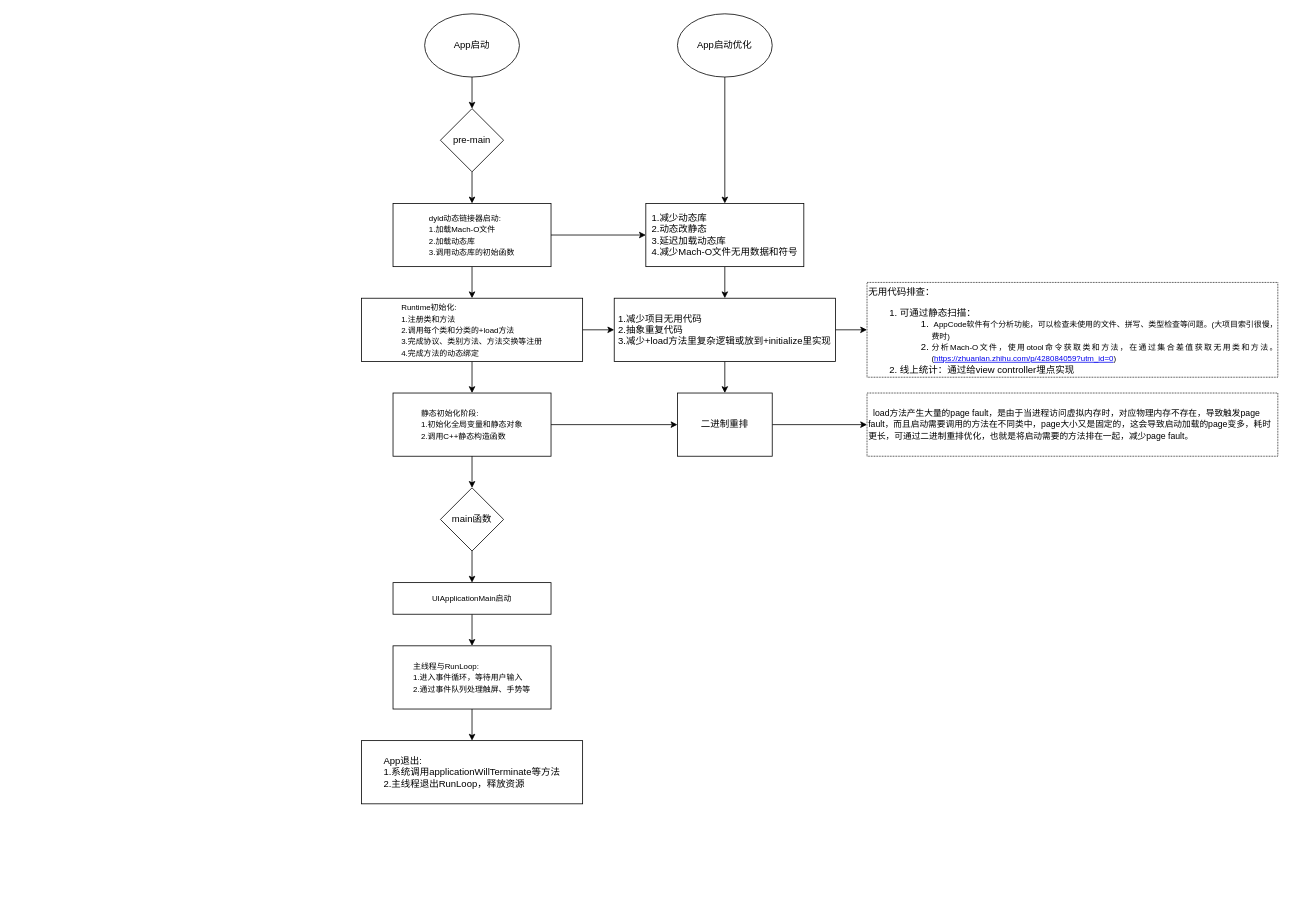
This is ios/iOS-OC.drawio from SCJMENGMENG/aaa, a draw.io file, before an edit. Source tidied: cells renumbered, new cells numbered last; positions are measured from the earlier drawing's top-left corner, leaving out a move shared by most shapes. Both pictures are drawn from the tidied source at 79%, with x=0, y=0 at pixel (361, 13).
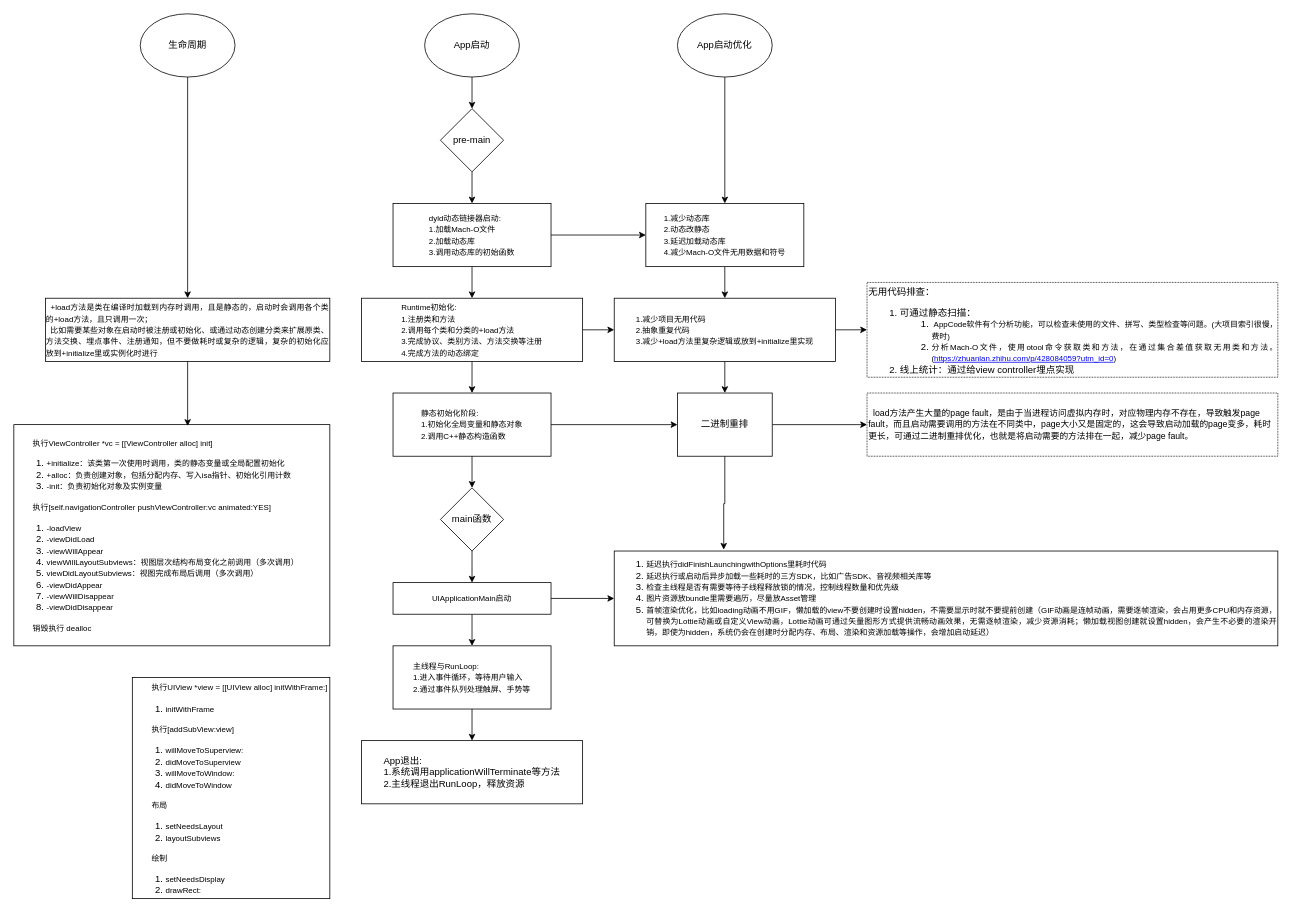
Above is the later version.

The change refers to these unchanged cells:
```xml
<mxCell id="18" value="&lt;font style=&quot;font-size: 10px;&quot;&gt;UIApplicationMain启动&lt;/font&gt;" style="whiteSpace=wrap;html=1;" parent="1" vertex="1">
  <mxGeometry x="40" y="720" width="200" height="40" as="geometry" />
</mxCell>
<mxCell id="30" value="二进制重排" style="rounded=0;whiteSpace=wrap;html=1;" parent="1" vertex="1">
  <mxGeometry x="400" y="480" width="120" height="80" as="geometry" />
</mxCell>
```

Change to the diagram source:
```diff
@@
+    <mxCell id="33" style="edgeStyle=orthogonalEdgeStyle;rounded=0;jettySize=auto;html=1;" parent="1" edge="1" source="18" target="34">
+      <mxGeometry relative="1" as="geometry" />
+    </mxCell>
@@
-    <mxCell id="25" value="&lt;div style=&quot;text-align: justify;&quot;&gt;&lt;span style=&quot;background-color: initial;&quot;&gt;1.减少动态库&lt;/span&gt;&lt;/div&gt;&lt;div style=&quot;text-align: justify;&quot;&gt;2.动态改静态&lt;/div&gt;&lt;div style=&quot;text-align: justify;&quot;&gt;3.延迟加载动态库&lt;/div&gt;&lt;div style=&quot;text-align: justify;&quot;&gt;4.减少Mach-O文件无用数据和符号&lt;/div&gt;" style="rounded=0;whiteSpace=wrap;html=1;" parent="1" vertex="1">
+    <mxCell id="25" value="&lt;div style=&quot;text-align: justify;&quot;&gt;&lt;span style=&quot;background-color: initial;&quot;&gt;&lt;font style=&quot;font-size: 10px;&quot;&gt;1.减少动态库&lt;/font&gt;&lt;/span&gt;&lt;/div&gt;&lt;div style=&quot;text-align: justify;&quot;&gt;&lt;font style=&quot;font-size: 10px;&quot;&gt;2.动态改静态&lt;/font&gt;&lt;/div&gt;&lt;div style=&quot;text-align: justify;&quot;&gt;&lt;font style=&quot;font-size: 10px;&quot;&gt;3.延迟加载动态库&lt;/font&gt;&lt;/div&gt;&lt;div style=&quot;text-align: justify;&quot;&gt;&lt;font style=&quot;font-size: 10px;&quot;&gt;4.减少Mach-O文件无用数据和符号&lt;/font&gt;&lt;/div&gt;" style="rounded=0;whiteSpace=wrap;html=1;" parent="1" vertex="1">
       <mxGeometry x="360" y="240" width="200" height="80" as="geometry" />
     </mxCell>
@@
-    <mxCell id="28" value="&lt;div style=&quot;text-align: justify;&quot;&gt;&lt;span style=&quot;background-color: initial;&quot;&gt;1.减少项目无用代码&lt;/span&gt;&lt;/div&gt;&lt;div style=&quot;text-align: justify;&quot;&gt;2.抽象重复代码&lt;/div&gt;&lt;div style=&quot;text-align: justify;&quot;&gt;3.减少+load方法里复杂逻辑或放到+initialize里实现&lt;/div&gt;" style="rounded=0;whiteSpace=wrap;html=1;" parent="1" vertex="1">
+    <mxCell id="28" value="&lt;div style=&quot;text-align: justify;&quot;&gt;&lt;span style=&quot;background-color: initial;&quot;&gt;&lt;font style=&quot;font-size: 10px;&quot;&gt;1.减少项目无用代码&lt;/font&gt;&lt;/span&gt;&lt;/div&gt;&lt;div style=&quot;text-align: justify;&quot;&gt;&lt;font style=&quot;font-size: 10px;&quot;&gt;2.抽象重复代码&lt;/font&gt;&lt;/div&gt;&lt;div style=&quot;text-align: justify;&quot;&gt;&lt;font style=&quot;font-size: 10px;&quot;&gt;3.减少+load方法里复杂逻辑或放到+initialize里实现&lt;/font&gt;&lt;/div&gt;" style="rounded=0;whiteSpace=wrap;html=1;" parent="1" vertex="1">
       <mxGeometry x="320" y="360" width="280" height="80" as="geometry" />
     </mxCell>
@@
+    <mxCell id="34" value="&lt;ol&gt;&lt;li style=&quot;text-align: justify;&quot;&gt;&lt;font style=&quot;font-size: 10px;&quot;&gt;延迟执行didFinishLaunchingwithOptions里耗时代码&lt;/font&gt;&lt;/li&gt;&lt;li style=&quot;text-align: justify;&quot;&gt;&lt;font style=&quot;font-size: 10px;&quot;&gt;延迟执行或启动后异步加载一些耗时的三方SDK，比如广告SDK、音视频相关库等&lt;/font&gt;&lt;/li&gt;&lt;li style=&quot;text-align: justify;&quot;&gt;&lt;font style=&quot;font-size: 10px;&quot;&gt;检查主线程是否有需要等待子线程释放锁的情况，控制线程数量和优先级&lt;/font&gt;&lt;/li&gt;&lt;li style=&quot;text-align: justify;&quot;&gt;&lt;font style=&quot;font-size: 10px;&quot;&gt;图片资源放bundle里需要遍历，尽量放Asset管理&lt;/font&gt;&lt;/li&gt;&lt;li style=&quot;text-align: justify;&quot;&gt;&lt;font style=&quot;font-size: 10px;&quot;&gt;首帧渲染优化，比如loading动画不用GIF，懒加载的view不要创建时设置hidden，不需要显示时就不要提前创建（GIF动画是连帧动画，需要逐帧渲染，会占用更多CPU和内存资源，可替换为Lottie动画或自定义View动画，Lottie动画可通过矢量图形方式提供流畅动画效果，无需逐帧渲染，减少资源消耗；懒加载视图创建就设置hidden，会产生不必要的渲染开销，即使为hidden，系统仍会在创建时分配内存、布局、渲染和资源加载等操作，会增加启动延迟）&lt;/font&gt;&lt;/li&gt;&lt;/ol&gt;" style="whiteSpace=wrap;html=1;" parent="1" vertex="1">
+      <mxGeometry x="320" y="680" width="840" height="120" as="geometry" />
+    </mxCell>
+    <mxCell id="35" style="edgeStyle=orthogonalEdgeStyle;rounded=0;jettySize=auto;html=1;exitX=0.5;exitY=1;exitDx=0;exitDy=0;entryX=0.165;entryY=-0.014;entryDx=0;entryDy=0;entryPerimeter=0;" parent="1" edge="1" source="30" target="34">
+      <mxGeometry relative="1" as="geometry" />
+    </mxCell>
+    <mxCell id="36" value="&lt;div style=&quot;text-align: justify;&quot;&gt;&lt;span style=&quot;font-size: 10px; background-color: initial;&quot;&gt;&amp;nbsp; +load方法是类在编译时加载到内存时调用，且是静态的，启动时会调用各个类的+load方法，且只调用一次；&lt;/span&gt;&lt;/div&gt;&lt;div style=&quot;text-align: justify;&quot;&gt;&lt;span style=&quot;font-size: 10px; background-color: initial;&quot;&gt;&amp;nbsp; 比如需要某些对象在启动时被注册或初始化、或通过动态创建分类来扩展原类、方法交换、埋点事件、注册通知，但不要做耗时或复杂的逻辑，复杂的初始化应放到&lt;/span&gt;&lt;span style=&quot;font-size: 10px; background-color: initial; text-align: justify;&quot;&gt;+initialize里或实例化时进行&lt;/span&gt;&lt;/div&gt;" style="whiteSpace=wrap;html=1;" parent="1" vertex="1">
+      <mxGeometry x="-400" y="360" width="360" height="80" as="geometry" />
+    </mxCell>
+    <mxCell id="37" value="&lt;div style=&quot;&quot;&gt;&lt;font style=&quot;font-size: 10px;&quot;&gt;&lt;span style=&quot;white-space: pre;&quot;&gt;&#9;&lt;/span&gt;执行ViewController *vc = [[&lt;span style=&quot;background-color: initial;&quot;&gt;ViewController alloc] init]&lt;/span&gt;&lt;/font&gt;&lt;/div&gt;&lt;div style=&quot;&quot;&gt;&lt;ol&gt;&lt;li style=&quot;&quot;&gt;&lt;font style=&quot;font-size: 10px;&quot;&gt;+initialize：该类第一次使用时调用，类的静态变量或全局配置初始化&lt;/font&gt;&lt;/li&gt;&lt;li style=&quot;&quot;&gt;&lt;span style=&quot;font-size: 10px;&quot;&gt;+alloc：负责创建对象，包括分配内存、写入isa指针、初始化引用计数&lt;/span&gt;&lt;/li&gt;&lt;li style=&quot;&quot;&gt;&lt;span style=&quot;font-size: 10px;&quot;&gt;-init：负责初始化对象及实例变量&lt;/span&gt;&lt;/li&gt;&lt;/ol&gt;&lt;div style=&quot;&quot;&gt;&lt;span style=&quot;font-size: 10px;&quot;&gt;&lt;span style=&quot;white-space: pre;&quot;&gt;&#9;&lt;/span&gt;执行[self.navigationController pushViewController:vc animated:YES]&lt;/span&gt;&lt;/div&gt;&lt;div style=&quot;&quot;&gt;&lt;ol&gt;&lt;li style=&quot;&quot;&gt;&lt;span style=&quot;font-size: 10px;&quot;&gt;-loadView&lt;/span&gt;&lt;/li&gt;&lt;li style=&quot;&quot;&gt;&lt;span style=&quot;font-size: 10px;&quot;&gt;-viewDidLoad&lt;/span&gt;&lt;/li&gt;&lt;li style=&quot;&quot;&gt;&lt;span style=&quot;font-size: 10px;&quot;&gt;-viewWillAppear&lt;/span&gt;&lt;/li&gt;&lt;li style=&quot;&quot;&gt;&lt;span style=&quot;font-size: 10px;&quot;&gt;viewWillLayoutSubviews：视图层次结构布局变化之前调用（多次调用）&lt;/span&gt;&lt;/li&gt;&lt;li style=&quot;&quot;&gt;&lt;span style=&quot;font-size: 10px;&quot;&gt;viewDidLayoutSubviews：视图完成布局后调用&lt;/span&gt;&lt;span style=&quot;font-size: 10px;&quot;&gt;（多次调用）&lt;/span&gt;&lt;/li&gt;&lt;li style=&quot;&quot;&gt;&lt;span style=&quot;font-size: 10px;&quot;&gt;-viewDidAppear&lt;/span&gt;&lt;/li&gt;&lt;li style=&quot;&quot;&gt;&lt;span style=&quot;font-size: 10px;&quot;&gt;-viewWillDisappear&lt;/span&gt;&lt;/li&gt;&lt;li style=&quot;&quot;&gt;&lt;span style=&quot;font-size: 10px;&quot;&gt;-viewDidDisappear&lt;/span&gt;&lt;/li&gt;&lt;/ol&gt;&lt;div style=&quot;&quot;&gt;&lt;span style=&quot;font-size: 10px;&quot;&gt;&lt;span style=&quot;white-space: pre;&quot;&gt;&#9;&lt;/span&gt;销毁执行 dealloc&lt;/span&gt;&lt;/div&gt;&lt;/div&gt;&lt;/div&gt;" style="whiteSpace=wrap;html=1;align=left;" parent="1" vertex="1">
+      <mxGeometry x="-440" y="520" width="400" height="280" as="geometry" />
+    </mxCell>
+    <mxCell id="38" value="&lt;div style=&quot;text-align: justify;&quot;&gt;&lt;br&gt;&lt;/div&gt;&lt;div style=&quot;text-align: justify;&quot;&gt;&lt;span style=&quot;font-size: 10px; background-color: initial;&quot;&gt;&lt;span style=&quot;white-space: pre;&quot;&gt;&#9;&lt;/span&gt;执行UIView *view = [[UIView alloc] initWithFrame:]&lt;/span&gt;&lt;/div&gt;&lt;div&gt;&lt;ol&gt;&lt;li style=&quot;text-align: justify;&quot;&gt;&lt;font style=&quot;font-size: 10px;&quot;&gt;initWithFrame&lt;/font&gt;&lt;/li&gt;&lt;/ol&gt;&lt;div style=&quot;text-align: justify;&quot;&gt;&lt;span style=&quot;font-size: 10px;&quot;&gt;&lt;span style=&quot;white-space: pre;&quot;&gt;&#9;&lt;/span&gt;执行[addSubView:view]&lt;/span&gt;&lt;/div&gt;&lt;/div&gt;&lt;div style=&quot;text-align: justify;&quot;&gt;&lt;ol&gt;&lt;li&gt;&lt;span style=&quot;font-size: 10px;&quot;&gt;willMoveToSuperview:&lt;/span&gt;&lt;/li&gt;&lt;li&gt;&lt;span style=&quot;font-size: 10px;&quot;&gt;didMoveToSuperview&lt;/span&gt;&lt;/li&gt;&lt;li&gt;&lt;span style=&quot;font-size: 10px;&quot;&gt;willMoveToWindow:&lt;/span&gt;&lt;/li&gt;&lt;li&gt;&lt;span style=&quot;font-size: 10px;&quot;&gt;didMoveToWindow&lt;/span&gt;&lt;/li&gt;&lt;/ol&gt;&lt;div&gt;&lt;span style=&quot;font-size: 10px;&quot;&gt;&lt;span style=&quot;white-space: pre;&quot;&gt;&#9;&lt;/span&gt;布局&lt;/span&gt;&lt;/div&gt;&lt;ol&gt;&lt;li&gt;&lt;span style=&quot;font-size: 10px;&quot;&gt;setNeedsLayout&lt;/span&gt;&lt;/li&gt;&lt;li&gt;&lt;span style=&quot;font-size: 10px;&quot;&gt;layoutSubviews&lt;/span&gt;&lt;/li&gt;&lt;/ol&gt;&lt;div&gt;&lt;span style=&quot;font-size: 10px;&quot;&gt;&lt;span style=&quot;white-space: pre;&quot;&gt;&#9;&lt;/span&gt;绘制&lt;/span&gt;&lt;/div&gt;&lt;div&gt;&lt;ol&gt;&lt;li&gt;&lt;span style=&quot;font-size: 10px;&quot;&gt;setNeedsDisplay&lt;/span&gt;&lt;/li&gt;&lt;li&gt;&lt;span style=&quot;font-size: 10px;&quot;&gt;drawRect:&lt;/span&gt;&lt;/li&gt;&lt;/ol&gt;&lt;/div&gt;&lt;/div&gt;" style="rounded=0;whiteSpace=wrap;html=1;" parent="1" vertex="1">
+      <mxGeometry x="-290" y="840" width="250" height="280" as="geometry" />
+    </mxCell>
+    <mxCell id="39" style="edgeStyle=orthogonalEdgeStyle;rounded=0;jettySize=auto;html=1;exitX=0.5;exitY=1;exitDx=0;exitDy=0;entryX=0.5;entryY=0;entryDx=0;entryDy=0;" parent="1" edge="1" source="40" target="36">
+      <mxGeometry relative="1" as="geometry" />
+    </mxCell>
+    <mxCell id="40" value="生命周期" style="ellipse;whiteSpace=wrap;html=1;" parent="1" vertex="1">
+      <mxGeometry x="-280" width="120" height="80" as="geometry" />
+    </mxCell>
+    <mxCell id="41" style="edgeStyle=orthogonalEdgeStyle;rounded=0;jettySize=auto;html=1;exitX=0.5;exitY=1;exitDx=0;exitDy=0;entryX=0.55;entryY=0.006;entryDx=0;entryDy=0;entryPerimeter=0;" parent="1" edge="1" source="36" target="37">
+      <mxGeometry relative="1" as="geometry" />
+    </mxCell>
```
